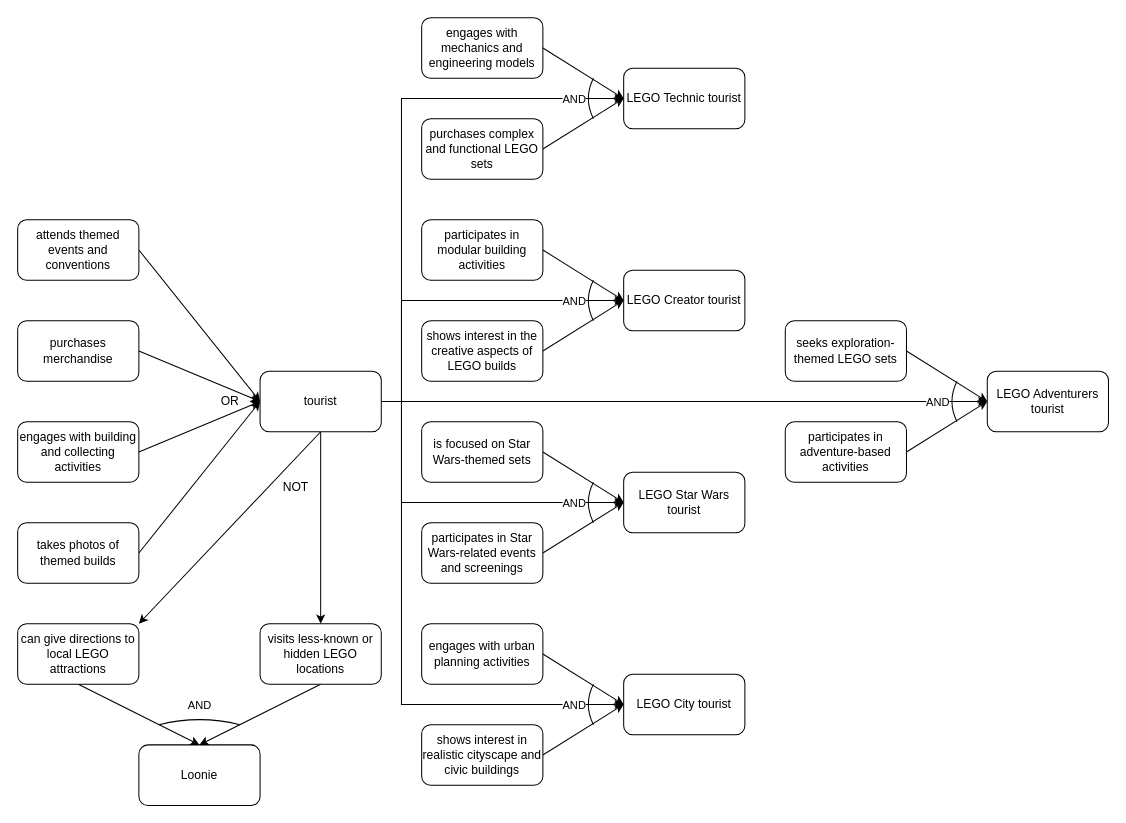
The draw.io diagram lab1/docs/GoalTree.drawio in Syn4z/FIA-Labs, before the edit. Source tidied: cells renumbered, new cells numbered last; positions are measured from the earlier drawing's top-left corner, leaving out a move shared by most shapes. Both pictures are drawn from the tidied source at 101%, with x=0, y=0 at pixel (17, 17).
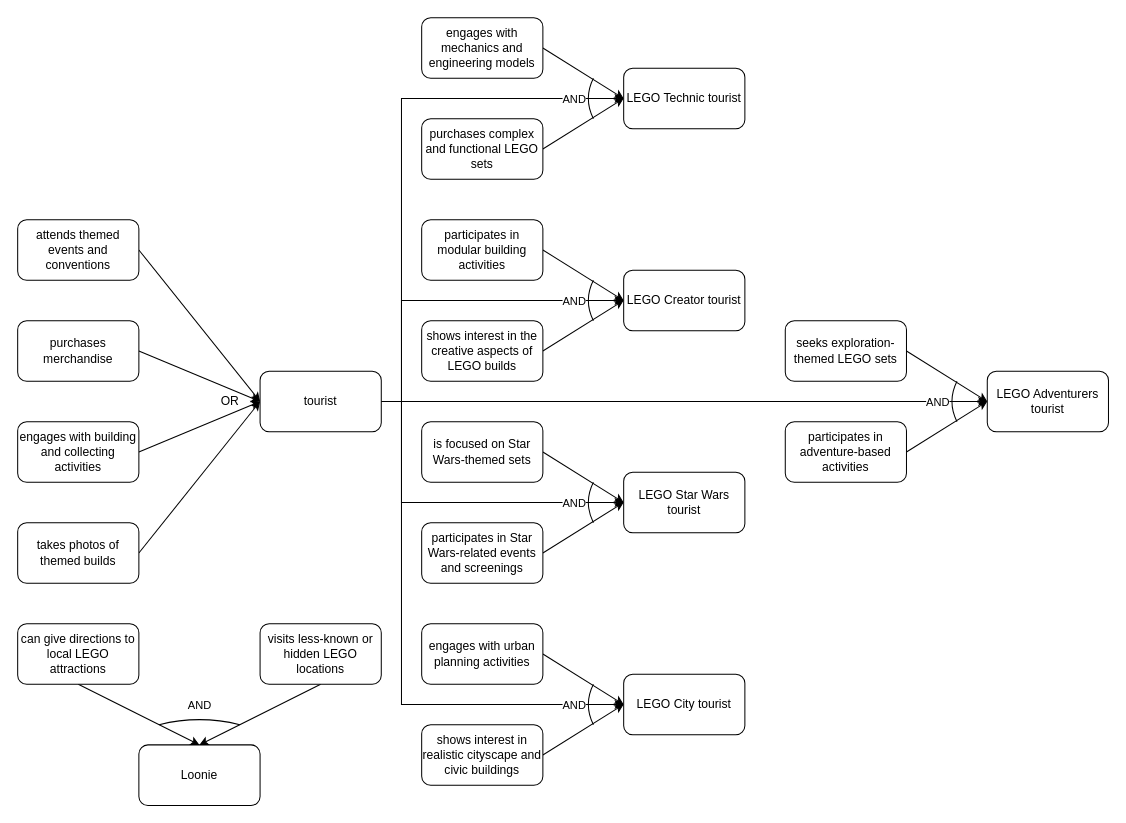
Above is the later version.

The change refers to these unchanged cells:
```xml
<mxCell id="17" value="tourist" style="rounded=1;whiteSpace=wrap;html=1;" parent="1" vertex="1">
  <mxGeometry x="240" y="350" width="120" height="60" as="geometry" />
</mxCell>
<mxCell id="45" value="visits less-known or hidden LEGO locations" style="rounded=1;whiteSpace=wrap;html=1;" parent="1" vertex="1">
  <mxGeometry x="240" y="600" width="120" height="60" as="geometry" />
</mxCell>
<mxCell id="47" value="can give directions to local LEGO attractions" style="rounded=1;whiteSpace=wrap;html=1;" parent="1" vertex="1">
  <mxGeometry y="600" width="120" height="60" as="geometry" />
</mxCell>
```

Change to the diagram source:
```diff
@@
-    <mxCell id="15" style="rounded=0;jettySize=auto;html=1;exitX=0.5;exitY=1;exitDx=0;exitDy=0;entryX=1;entryY=0;entryDx=0;entryDy=0;" parent="1" edge="1" source="17" target="47">
-      <mxGeometry relative="1" as="geometry" />
-    </mxCell>
-    <mxCell id="16" style="edgeStyle=orthogonalEdgeStyle;rounded=0;jettySize=auto;html=1;exitX=0.5;exitY=1;exitDx=0;exitDy=0;entryX=0.5;entryY=0;entryDx=0;entryDy=0;" parent="1" edge="1" source="17" target="45">
-      <mxGeometry relative="1" as="geometry" />
-    </mxCell>
@@
-    <mxCell id="59" value="NOT" style="text;html=1;align=center;verticalAlign=middle;strokeColor=none;fillColor=none;" parent="1" vertex="1">
-      <mxGeometry x="250" y="450" width="50" height="30" as="geometry" />
-    </mxCell>
```
